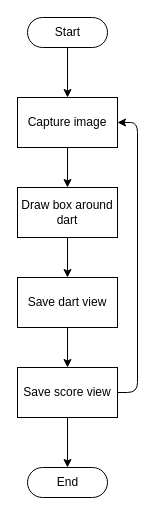
Above: page "Training" (6 of 8) of documentation/imaging-system/Imaging_System_Schematics.drawio in kparlak/dart-scoring-system (draw.io), before the change. Source tidied: cells renumbered, new cells numbered last; positions are measured from the earlier drawing's top-left corner, leaving out a move shared by most shapes. Both pictures are drawn from the tidied source at 100%, with x=0, y=0 at pixel (17, 17).
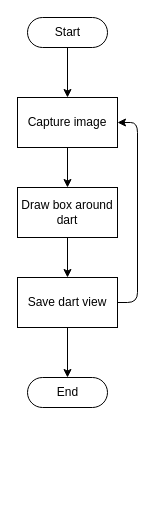
After the change.

Change to the diagram source:
```diff
@@
 <mxGraphModel>
   <root>
     <mxCell id="0" />
     <mxCell id="1" parent="0" />
     <mxCell id="2" style="edgeStyle=orthogonalEdgeStyle;rounded=1;jettySize=auto;html=1;exitX=0.5;exitY=0.5;exitDx=0;exitDy=15;exitPerimeter=0;entryX=0.5;entryY=0;entryDx=0;entryDy=0;strokeColor=#000000;" parent="1" edge="1" source="3" target="5">
       <mxGeometry relative="1" as="geometry" />
     </mxCell>
     <mxCell id="3" value="Start" style="html=1;dashed=0;whitespace=wrap;shape=mxgraph.dfd.start;" parent="1" vertex="1">
       <mxGeometry x="10" width="80" height="30" as="geometry" />
     </mxCell>
     <mxCell id="4" style="edgeStyle=orthogonalEdgeStyle;rounded=1;jettySize=auto;html=1;exitX=0.5;exitY=1;exitDx=0;exitDy=0;entryX=0.5;entryY=0;entryDx=0;entryDy=0;startArrow=none;startFill=0;endArrow=classic;endFill=1;strokeColor=#000000;fontSize=11;" parent="1" edge="1" source="5" target="7">
       <mxGeometry relative="1" as="geometry" />
     </mxCell>
     <mxCell id="5" value="Capture image" style="html=1;dashed=0;whitespace=wrap;whiteSpace=wrap;" parent="1" vertex="1">
       <mxGeometry y="80" width="100" height="50" as="geometry" />
     </mxCell>
     <mxCell id="6" style="edgeStyle=orthogonalEdgeStyle;rounded=1;jettySize=auto;html=1;exitX=0.5;exitY=1;exitDx=0;exitDy=0;entryX=0.5;entryY=0;entryDx=0;entryDy=0;startArrow=none;startFill=0;endArrow=classic;endFill=1;strokeColor=#000000;fontSize=11;" parent="1" edge="1" source="7" target="9">
       <mxGeometry relative="1" as="geometry" />
     </mxCell>
     <mxCell id="7" value="Draw box around dart" style="html=1;dashed=0;whitespace=wrap;whiteSpace=wrap;" parent="1" vertex="1">
       <mxGeometry y="170" width="100" height="50" as="geometry" />
     </mxCell>
-    <mxCell id="8" style="edgeStyle=orthogonalEdgeStyle;rounded=1;jettySize=auto;html=1;exitX=0.5;exitY=1;exitDx=0;exitDy=0;entryX=0.5;entryY=0;entryDx=0;entryDy=0;startArrow=none;startFill=0;endArrow=classic;endFill=1;strokeColor=#000000;fontSize=11;" parent="1" edge="1" source="9" target="12">
-      <mxGeometry relative="1" as="geometry" />
-    </mxCell>
     <mxCell id="9" value="Save dart view" style="html=1;dashed=0;whitespace=wrap;whiteSpace=wrap;" parent="1" vertex="1">
       <mxGeometry y="260" width="100" height="50" as="geometry" />
     </mxCell>
-    <mxCell id="10" style="edgeStyle=orthogonalEdgeStyle;rounded=1;jettySize=auto;html=1;exitX=1;exitY=0.5;exitDx=0;exitDy=0;entryX=1;entryY=0.5;entryDx=0;entryDy=0;startArrow=none;startFill=0;endArrow=classic;endFill=1;strokeColor=#000000;fontSize=11;" parent="1" edge="1" source="12" target="5">
+    <mxCell id="10" style="edgeStyle=orthogonalEdgeStyle;rounded=1;jettySize=auto;html=1;exitX=1;exitY=0.5;exitDx=0;exitDy=0;entryX=1;entryY=0.5;entryDx=0;entryDy=0;startArrow=none;startFill=0;endArrow=classic;endFill=1;strokeColor=#000000;fontSize=11;" parent="1" edge="1" source="9" target="5">
       <mxGeometry relative="1" as="geometry" />
     </mxCell>
-    <mxCell id="11" style="edgeStyle=orthogonalEdgeStyle;rounded=1;jettySize=auto;html=1;exitX=0.5;exitY=1;exitDx=0;exitDy=0;entryX=0.5;entryY=0.5;entryDx=0;entryDy=-15;entryPerimeter=0;startArrow=none;startFill=0;endArrow=classic;endFill=1;strokeColor=#000000;fontSize=11;" parent="1" edge="1" source="12" target="13">
+    <mxCell id="11" style="edgeStyle=orthogonalEdgeStyle;rounded=1;jettySize=auto;html=1;exitX=0.5;exitY=1;exitDx=0;exitDy=0;entryX=0.5;entryY=0.5;entryDx=0;entryDy=-15;entryPerimeter=0;startArrow=none;startFill=0;endArrow=classic;endFill=1;strokeColor=#000000;fontSize=11;" parent="1" edge="1" source="9" target="13">
       <mxGeometry relative="1" as="geometry" />
     </mxCell>
-    <mxCell id="12" value="Save score view" style="html=1;dashed=0;whitespace=wrap;whiteSpace=wrap;" parent="1" vertex="1">
-      <mxGeometry y="350" width="100" height="50" as="geometry" />
-    </mxCell>
     <mxCell id="13" value="End" style="html=1;dashed=0;whitespace=wrap;shape=mxgraph.dfd.start;" parent="1" vertex="1">
-      <mxGeometry x="10" y="450" width="80" height="30" as="geometry" />
+      <mxGeometry x="10" y="360" width="80" height="30" as="geometry" />
     </mxCell>
   </root>
 </mxGraphModel>
```
